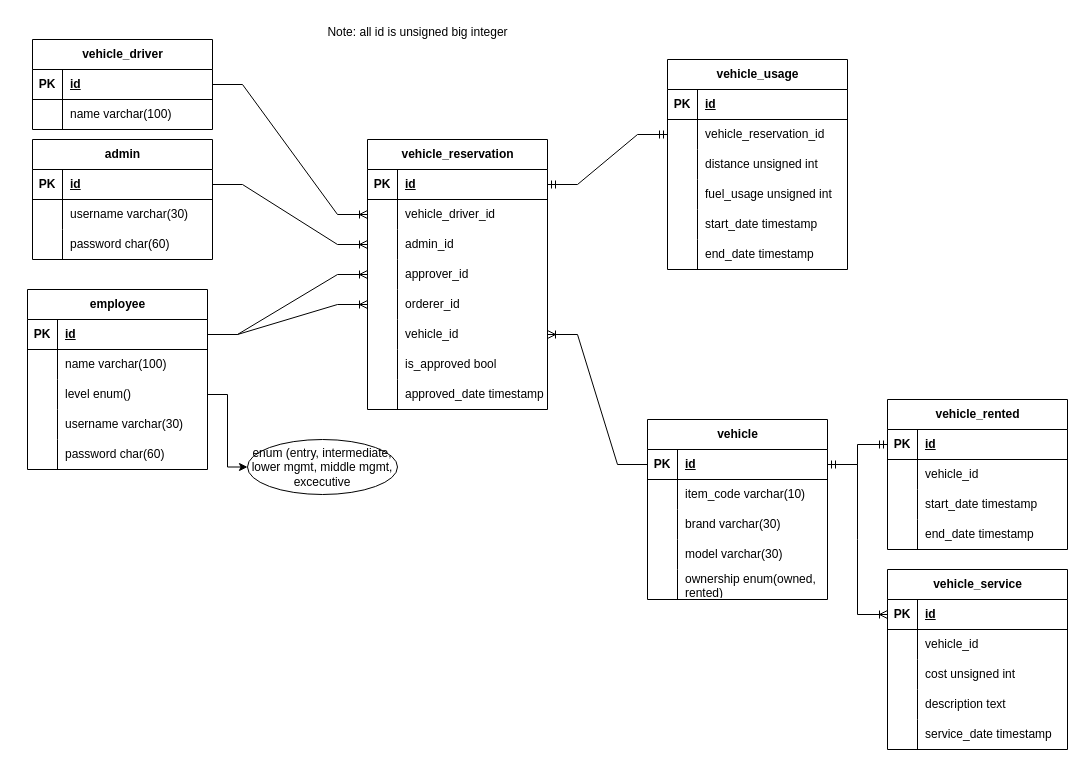
Earlier version of the draw.io diagram page "entity relationship diagram" (1 of 2) of docs/erd.drawio (fajaralfa/vehicle-reservations). Source tidied: cells renumbered, new cells numbered last; positions are measured from the earlier drawing's top-left corner, leaving out a move shared by most shapes. Both pictures are drawn from the tidied source at 100%, with x=0, y=0 at pixel (27, 17).
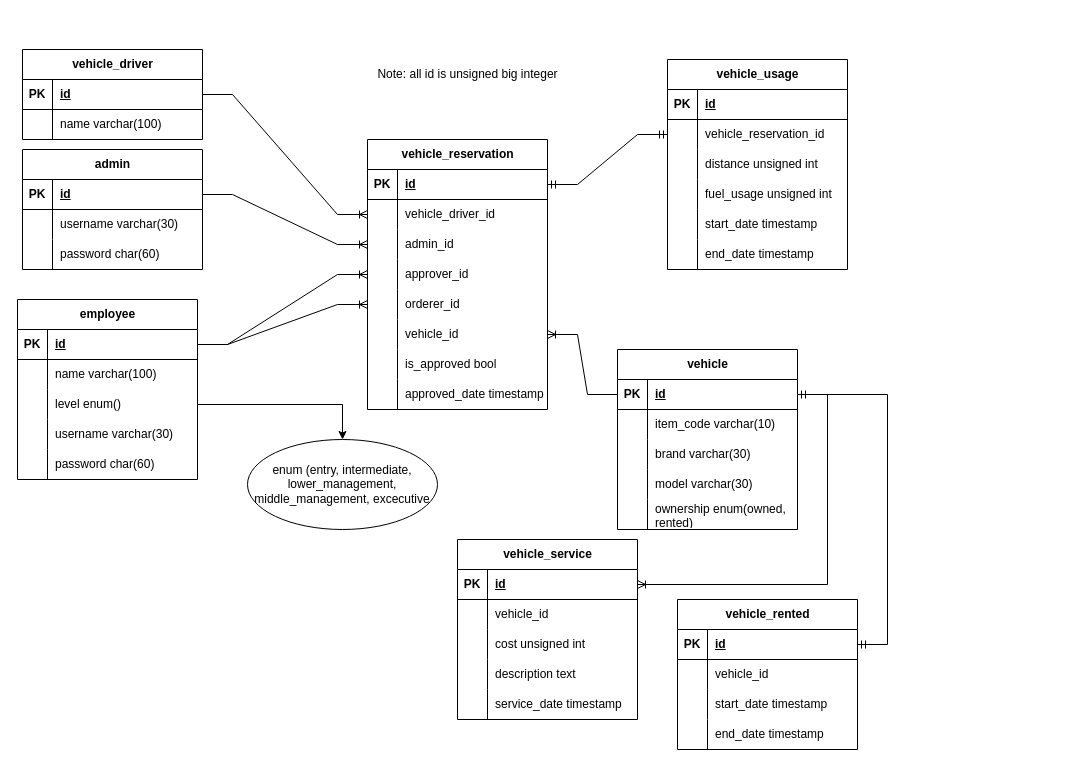
The same diagram, later.

Unchanged cells that the change refers to:
```xml
<mxCell id="121" style="shape=tableRow;horizontal=0;startSize=0;swimlaneHead=0;swimlaneBody=0;fillColor=none;points=[[0,0.5],[1,0.5]];portConstraint=eastwest;top=0;left=0;right=0;bottom=0;" parent="114" vertex="1">
  <mxGeometry y="90" width="180" height="30" as="geometry" />
</mxCell>
```

Diff of the diagram source:
```diff
@@
     <mxCell id="2" value="admin" style="shape=table;startSize=30;childLayout=tableLayout;rowLines=0;fontStyle=1;align=center;html=1;" parent="1" vertex="1">
-      <mxGeometry x="5" y="122" width="180" height="120" as="geometry" />
+      <mxGeometry x="-5" y="132" width="180" height="120" as="geometry" />
     </mxCell>
@@
     <mxCell id="12" value="vehicle" style="shape=table;startSize=30;childLayout=tableLayout;rowLines=0;fontStyle=1;align=center;html=1;" parent="1" vertex="1">
-      <mxGeometry x="620" y="402" width="180" height="180" as="geometry" />
+      <mxGeometry x="590" y="332" width="180" height="180" as="geometry" />
     </mxCell>
@@
     <mxCell id="28" value="vehicle_driver" style="shape=table;startSize=30;childLayout=tableLayout;rowLines=0;fontStyle=1;align=center;html=1;" parent="1" vertex="1">
-      <mxGeometry x="5" y="22" width="180" height="90" as="geometry" />
+      <mxGeometry x="-5" y="32" width="180" height="90" as="geometry" />
     </mxCell>
@@
     <mxCell id="54" value="vehicle_rented" style="shape=table;startSize=30;childLayout=tableLayout;rowLines=0;fontStyle=1;align=center;html=1;" parent="1" vertex="1">
-      <mxGeometry x="860" y="382" width="180" height="150" as="geometry" />
+      <mxGeometry x="650" y="582" width="180" height="150" as="geometry" />
     </mxCell>
@@
     <mxCell id="67" value="vehicle_service" style="shape=table;startSize=30;childLayout=tableLayout;rowLines=0;fontStyle=1;align=center;html=1;" parent="1" vertex="1">
-      <mxGeometry x="860" y="552" width="180" height="180" as="geometry" />
+      <mxGeometry x="430" y="522" width="180" height="180" as="geometry" />
     </mxCell>
@@
     <mxCell id="114" value="employee" style="shape=table;startSize=30;childLayout=tableLayout;rowLines=0;fontStyle=1;align=center;html=1;" parent="1" vertex="1">
-      <mxGeometry y="272" width="180" height="180" as="geometry" />
+      <mxGeometry x="-10" y="282" width="180" height="180" as="geometry" />
     </mxCell>
@@
     <mxCell id="131" value="Note: all id is unsigned big integer" style="text;html=1;align=center;verticalAlign=middle;strokeColor=none;fillColor=none;" parent="1" vertex="1">
-      <mxGeometry x="290" width="200" height="30" as="geometry" />
+      <mxGeometry x="340" y="42" width="200" height="30" as="geometry" />
     </mxCell>
-    <mxCell id="132" value="enum (entry, intermediate, lower mgmt, middle mgmt, excecutive" style="ellipse;whiteSpace=wrap;html=1;align=center;" parent="1" vertex="1">
-      <mxGeometry x="220" y="422" width="150" height="55" as="geometry" />
+    <mxCell id="132" value="enum (entry, intermediate, lower_management, middle_management, excecutive" style="ellipse;whiteSpace=wrap;html=1;align=center;" parent="1" vertex="1">
+      <mxGeometry x="220" y="422" width="190" height="90" as="geometry" />
     </mxCell>
-    <mxCell id="133" style="edgeStyle=orthogonalEdgeStyle;rounded=0;jettySize=auto;html=1;exitX=1;exitY=0.5;exitDx=0;exitDy=0;entryX=0;entryY=0.5;entryDx=0;entryDy=0;" parent="1" edge="1" source="121" target="132">
+    <mxCell id="133" style="edgeStyle=orthogonalEdgeStyle;rounded=0;jettySize=auto;html=1;exitX=1;exitY=0.5;exitDx=0;exitDy=0;" parent="1" edge="1" source="121" target="132">
       <mxGeometry relative="1" as="geometry" />
     </mxCell>
```
